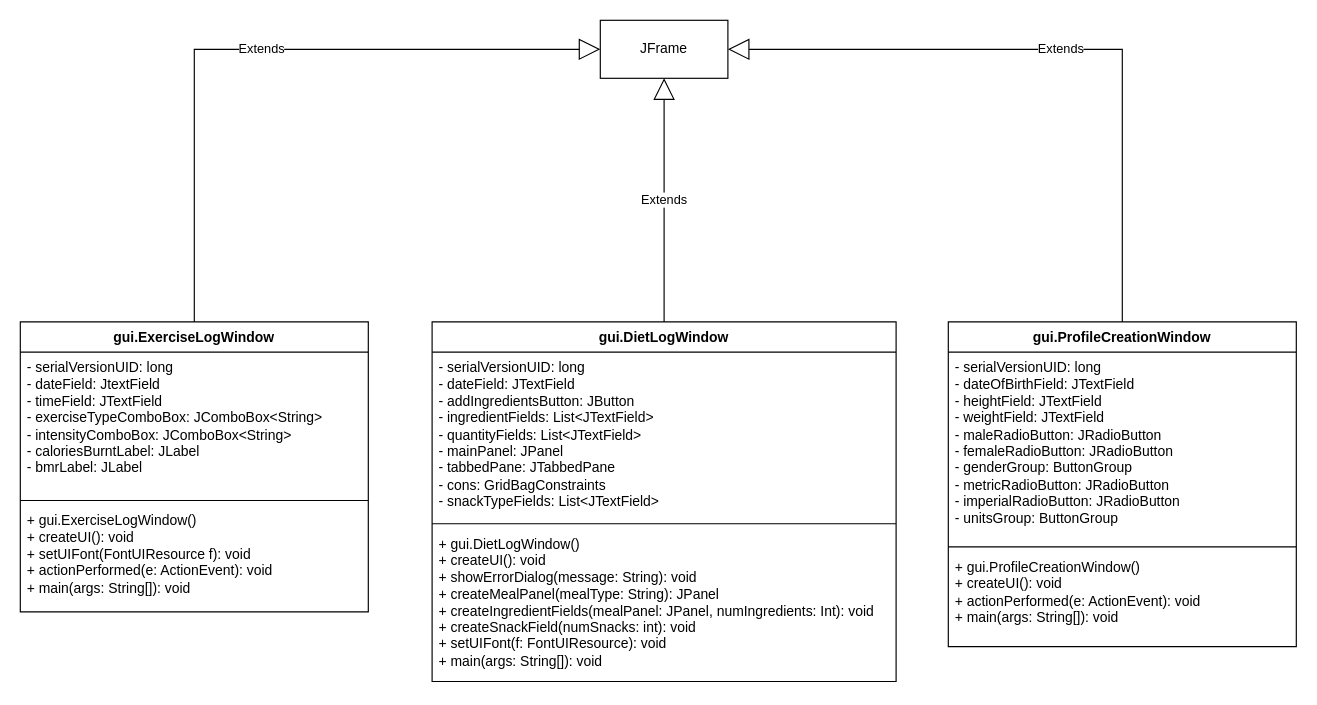
Before: UML/ProjectPart1UML.drawio in MM120-i/EECS3311-Project, a draw.io diagram. Source tidied: cells renumbered, new cells numbered last; positions are measured from the earlier drawing's top-left corner, leaving out a move shared by most shapes. Both pictures are drawn from the tidied source at 116%, with x=0, y=0 at pixel (20, 20).
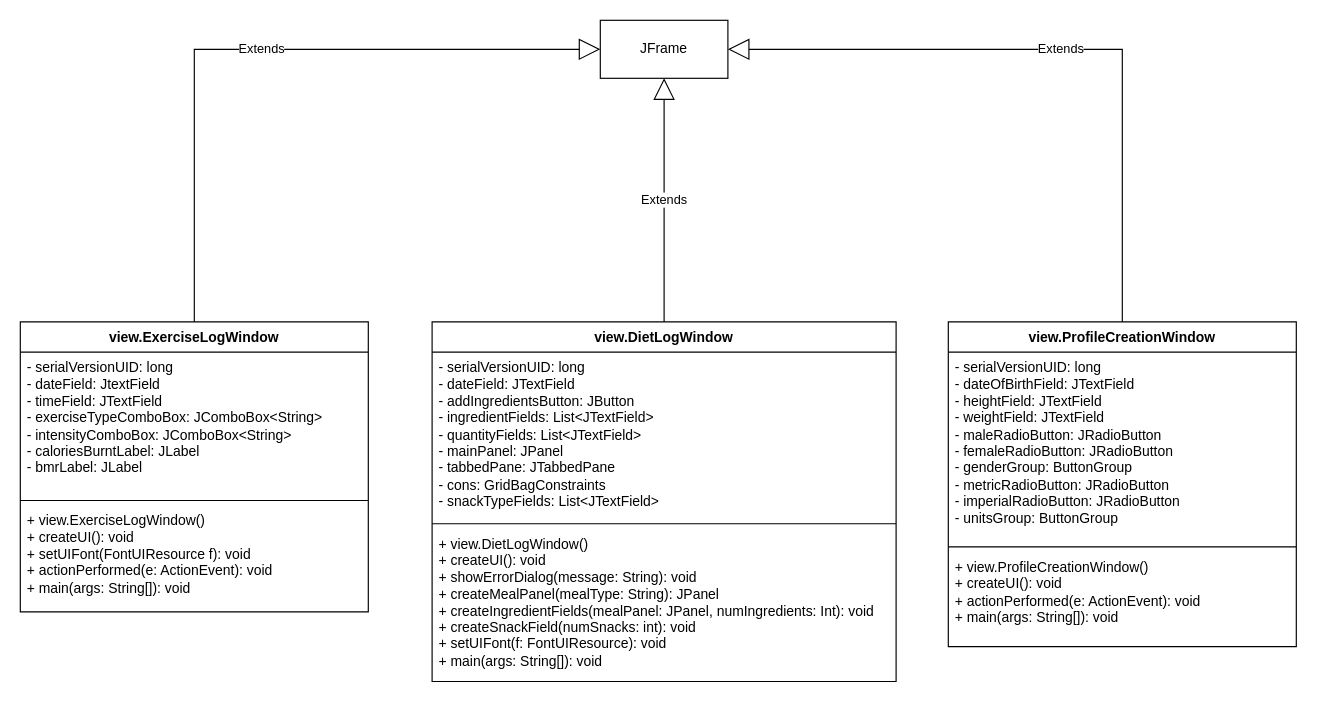
The same diagram, later.

The edit, as a diff of the source:
```diff
@@
-    <mxCell id="3" value="gui.ExerciseLogWindow" style="swimlane;fontStyle=1;align=center;verticalAlign=top;horizontal=1;startSize=26;whiteSpace=wrap;html=1;" parent="1" vertex="1">
+    <mxCell id="3" value="view.ExerciseLogWindow" style="swimlane;fontStyle=1;align=center;verticalAlign=top;horizontal=1;startSize=26;whiteSpace=wrap;html=1;" parent="1" vertex="1">
       <mxGeometry y="260" width="300" height="250" as="geometry" />
     </mxCell>
@@
-    <mxCell id="6" value="+ gui.ExerciseLogWindow()&lt;br&gt;+ createUI(): void&lt;br&gt;+ setUIFont(FontUIResource f): void&lt;br&gt;+ actionPerformed(e: ActionEvent): void&lt;br&gt;+ main(args: String[]): void" style="text;strokeColor=none;fillColor=none;align=left;verticalAlign=top;spacingLeft=4;spacingRight=4;overflow=hidden;whiteSpace=wrap;html=1;" parent="3" vertex="1">
+    <mxCell id="6" value="+ view.ExerciseLogWindow()&lt;br&gt;+ createUI(): void&lt;br&gt;+ setUIFont(FontUIResource f): void&lt;br&gt;+ actionPerformed(e: ActionEvent): void&lt;br&gt;+ main(args: String[]): void" style="text;strokeColor=none;fillColor=none;align=left;verticalAlign=top;spacingLeft=4;spacingRight=4;overflow=hidden;whiteSpace=wrap;html=1;" parent="3" vertex="1">
       <mxGeometry y="158" width="300" height="92" as="geometry" />
     </mxCell>
@@
-    <mxCell id="8" value="gui.DietLogWindow" style="swimlane;fontStyle=1;align=center;verticalAlign=top;horizontal=1;startSize=26;whiteSpace=wrap;html=1;" parent="1" vertex="1">
+    <mxCell id="8" value="view.DietLogWindow" style="swimlane;fontStyle=1;align=center;verticalAlign=top;horizontal=1;startSize=26;whiteSpace=wrap;html=1;" parent="1" vertex="1">
       <mxGeometry x="355" y="260" width="400" height="310" as="geometry" />
     </mxCell>
@@
-    <mxCell id="11" value="+ gui.DietLogWindow()&lt;br&gt;+ createUI(): void&lt;br&gt;+ showErrorDialog(message: String): void&lt;br&gt;+ createMealPanel(mealType: String): JPanel&lt;br&gt;+ createIngredientFields(mealPanel: JPanel, numIngredients: Int): void&lt;br&gt;+ createSnackField(numSnacks: int): void&lt;br&gt;+ setUIFont(f: FontUIResource): void&lt;br&gt;+ main(args: String[]): void" style="text;strokeColor=none;fillColor=none;align=left;verticalAlign=top;spacingLeft=4;spacingRight=4;overflow=hidden;whiteSpace=wrap;html=1;" parent="8" vertex="1">
+    <mxCell id="11" value="+ view.DietLogWindow()&lt;br&gt;+ createUI(): void&lt;br&gt;+ showErrorDialog(message: String): void&lt;br&gt;+ createMealPanel(mealType: String): JPanel&lt;br&gt;+ createIngredientFields(mealPanel: JPanel, numIngredients: Int): void&lt;br&gt;+ createSnackField(numSnacks: int): void&lt;br&gt;+ setUIFont(f: FontUIResource): void&lt;br&gt;+ main(args: String[]): void" style="text;strokeColor=none;fillColor=none;align=left;verticalAlign=top;spacingLeft=4;spacingRight=4;overflow=hidden;whiteSpace=wrap;html=1;" parent="8" vertex="1">
       <mxGeometry y="178" width="400" height="132" as="geometry" />
     </mxCell>
@@
-    <mxCell id="13" value="gui.ProfileCreationWindow" style="swimlane;fontStyle=1;align=center;verticalAlign=top;horizontal=1;startSize=26;whiteSpace=wrap;html=1;" parent="1" vertex="1">
+    <mxCell id="13" value="view.ProfileCreationWindow" style="swimlane;fontStyle=1;align=center;verticalAlign=top;horizontal=1;startSize=26;whiteSpace=wrap;html=1;" parent="1" vertex="1">
       <mxGeometry x="800" y="260" width="300" height="280" as="geometry" />
     </mxCell>
@@
-    <mxCell id="16" value="+ gui.ProfileCreationWindow()&lt;br&gt;+ createUI(): void&lt;br&gt;+ actionPerformed(e: ActionEvent): void&lt;br&gt;+ main(args: String[]): void" style="text;strokeColor=none;fillColor=none;align=left;verticalAlign=top;spacingLeft=4;spacingRight=4;overflow=hidden;whiteSpace=wrap;html=1;" parent="13" vertex="1">
+    <mxCell id="16" value="+ view.ProfileCreationWindow()&lt;br&gt;+ createUI(): void&lt;br&gt;+ actionPerformed(e: ActionEvent): void&lt;br&gt;+ main(args: String[]): void" style="text;strokeColor=none;fillColor=none;align=left;verticalAlign=top;spacingLeft=4;spacingRight=4;overflow=hidden;whiteSpace=wrap;html=1;" parent="13" vertex="1">
       <mxGeometry y="198" width="300" height="82" as="geometry" />
     </mxCell>
```
